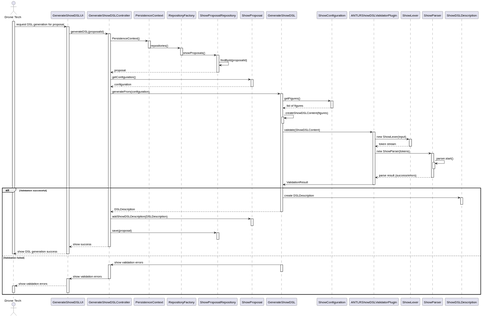
Before: docs/SPRINT_3/US348/images/sequence_diagram_us348.svg, a diagram exported from PlantUML (diogoveirospro/sem4pi-2024-2025-sem4pi_2024_2025_g44).
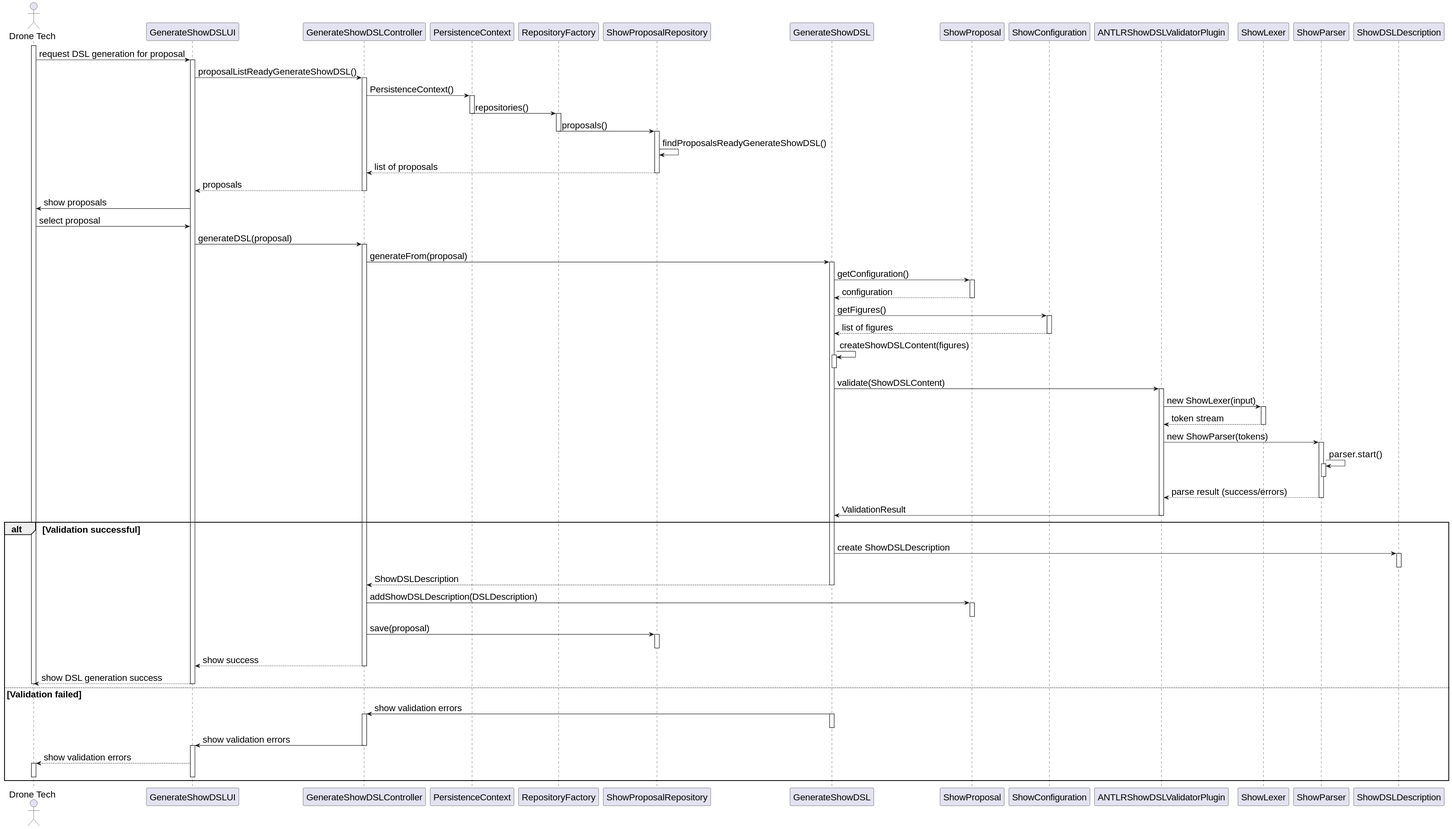
After the change.

Diff of the diagram source:
```diff
@@ -1,24 +1,25 @@
 @startuml
+skinparamlocked defaultFontSize 20
 actor "Drone Tech" as User
 participant "GenerateShowDSLUI" as UI
 participant "GenerateShowDSLController" as Controller
 participant "PersistenceContext" as Persistence
 participant "RepositoryFactory" as Factory
 participant "ShowProposalRepository" as Repo
+participant "GenerateShowDSL" as Service
 participant "ShowProposal" as Proposal
-participant "GenerateShowDSL" as Service
 participant "ShowConfiguration" as Configuration
 participant "ANTLRShowDSLValidatorPlugin" as Plugin
 participant "ShowLexer" as Lexer
 participant "ShowParser" as Parser
-participant "ShowDSLDescription" as DSLDescription
+participant "ShowDSLDescription" as ShowDSLDescription
 
 activate User
 
 User -> UI : request DSL generation for proposal
 activate UI
 
-UI -> Controller : generateDSL(proposalId)
+UI -> Controller : proposalListReadyGenerateShowDSL()
 activate Controller
 
 Controller -> Persistence : PersistenceContext()
@@ -28,21 +29,31 @@
 deactivate Persistence
 
 activate Factory
-Factory -> Repo : showProposals()
+Factory -> Repo : proposals()
 deactivate Factory
 
 activate Repo
-Repo -> Repo : findById(proposalId)
-Repo --> Controller : proposal
+Repo -> Repo : findProposalsReadyGenerateShowDSL()
+
+Repo --> Controller : list of proposals
 deactivate Repo
 
-Controller -> Proposal : getConfiguration()
+Controller --> UI : proposals
+deactivate Controller
+
+UI -> User : show proposals
+User -> UI : select proposal
+
+UI -> Controller : generateDSL(proposal)
+activate Controller
+
+Controller -> Service : generateFrom(proposal)
+activate Service
+
+Service -> Proposal : getConfiguration()
 activate Proposal
-Proposal --> Controller : configuration
+Proposal --> Service : configuration
 deactivate Proposal
-
-Controller -> Service : generateFrom(configuration)
-activate Service
 
 Service -> Configuration : getFigures()
 activate Configuration
@@ -77,11 +88,11 @@
 deactivate Plugin
 
 alt Validation successful
-    Service -> DSLDescription : create DSLDescription
-    activate DSLDescription
-    deactivate DSLDescription
+    Service -> ShowDSLDescription : create ShowDSLDescription
+    activate ShowDSLDescription
+    deactivate ShowDSLDescription
 
-    Service --> Controller : DSLDescription
+    Service --> Controller : ShowDSLDescription
     deactivate Service
 
     Controller -> Proposal : addShowDSLDescription(DSLDescription)
```
